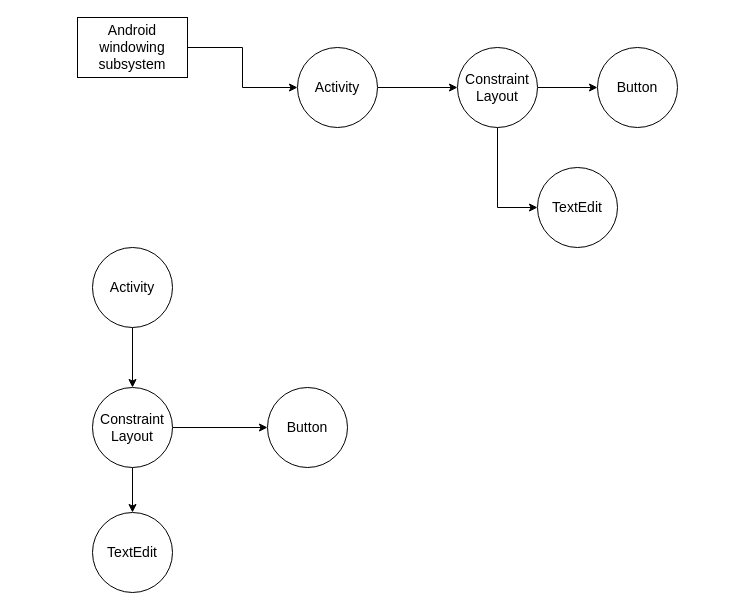
The draw.io diagram page "Page-5" (4 of 5) of diagrams/Aula-02.drawio in isel-leic-pdm/PDM-2122-LI5X, before the edit. Source tidied: cells renumbered, new cells numbered last; positions are measured from the earlier drawing's top-left corner, leaving out a move shared by most shapes. Both pictures are drawn from the tidied source at 100%, with x=0, y=0 at pixel (77, 17).
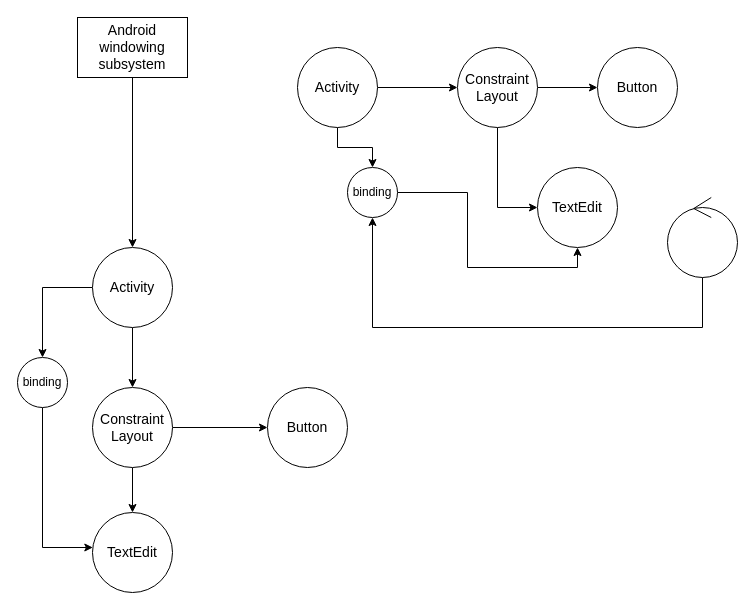
Above is the later version.

The change refers to these unchanged cells:
```xml
<mxCell id="3" value="Activity" style="ellipse;whiteSpace=wrap;html=1;fontSize=14;align=center;verticalAlign=middle;" parent="1" vertex="1">
  <mxGeometry x="220" y="30" width="80" height="80" as="geometry" />
</mxCell>
<mxCell id="4" value="Android windowing subsystem" style="rounded=0;whiteSpace=wrap;html=1;fontSize=14;align=center;verticalAlign=middle;" parent="1" vertex="1">
  <mxGeometry width="110" height="60" as="geometry" />
</mxCell>
<mxCell id="10" value="TextEdit" style="ellipse;whiteSpace=wrap;html=1;fontSize=14;align=center;verticalAlign=middle;" parent="1" vertex="1">
  <mxGeometry x="460" y="150" width="80" height="80" as="geometry" />
</mxCell>
<mxCell id="12" value="Activity" style="ellipse;whiteSpace=wrap;html=1;fontSize=14;align=center;verticalAlign=middle;" parent="1" vertex="1">
  <mxGeometry x="15" y="230" width="80" height="80" as="geometry" />
</mxCell>
<mxCell id="17" value="TextEdit" style="ellipse;whiteSpace=wrap;html=1;fontSize=14;align=center;verticalAlign=middle;" parent="1" vertex="1">
  <mxGeometry x="15" y="495" width="80" height="80" as="geometry" />
</mxCell>
```

What changed in the source:
```diff
@@
+    <mxCell id="18" style="edgeStyle=orthogonalEdgeStyle;rounded=0;jettySize=auto;html=1;" parent="1" edge="1" source="3" target="23">
+      <mxGeometry relative="1" as="geometry" />
+    </mxCell>
@@
-    <mxCell id="5" style="endArrow=classic;html=1;rounded=0;fontSize=14;edgeStyle=orthogonalEdgeStyle;" parent="1" edge="1" source="4" target="3">
+    <mxCell id="5" style="endArrow=classic;html=1;rounded=0;fontSize=14;edgeStyle=orthogonalEdgeStyle;" parent="1" edge="1" source="4" target="12">
       <mxGeometry relative="1" as="geometry" />
     </mxCell>
@@
+    <mxCell id="19" style="edgeStyle=orthogonalEdgeStyle;rounded=0;jettySize=auto;html=1;" parent="1" edge="1" source="12" target="25">
+      <mxGeometry relative="1" as="geometry" />
+    </mxCell>
@@
+    <mxCell id="20" style="edgeStyle=orthogonalEdgeStyle;rounded=0;jettySize=auto;html=1;entryX=0.5;entryY=1;entryDx=0;entryDy=0;" parent="1" edge="1" source="21" target="23">
+      <mxGeometry relative="1" as="geometry">
+        <Array as="points">
+          <mxPoint x="625" y="310" />
+          <mxPoint x="295" y="310" />
+        </Array>
+      </mxGeometry>
+    </mxCell>
+    <mxCell id="21" style="ellipse;shape=umlControl;whiteSpace=wrap;html=1;align=left;verticalAlign=top;" parent="1" vertex="1">
+      <mxGeometry x="590" y="180" width="70" height="80" as="geometry" />
+    </mxCell>
+    <mxCell id="22" style="edgeStyle=orthogonalEdgeStyle;rounded=0;jettySize=auto;html=1;entryX=0.5;entryY=1;entryDx=0;entryDy=0;" parent="1" edge="1" source="23" target="10">
+      <mxGeometry relative="1" as="geometry" />
+    </mxCell>
+    <mxCell id="23" value="binding" style="ellipse;whiteSpace=wrap;html=1;align=center;verticalAlign=middle;" parent="1" vertex="1">
+      <mxGeometry x="270" y="150" width="50" height="50" as="geometry" />
+    </mxCell>
+    <mxCell id="24" style="edgeStyle=orthogonalEdgeStyle;rounded=0;jettySize=auto;html=1;exitX=0.5;exitY=1;exitDx=0;exitDy=0;" parent="1" edge="1" source="25" target="17">
+      <mxGeometry relative="1" as="geometry">
+        <Array as="points">
+          <mxPoint x="-35" y="530" />
+        </Array>
+      </mxGeometry>
+    </mxCell>
+    <mxCell id="25" value="binding" style="ellipse;whiteSpace=wrap;html=1;align=center;verticalAlign=middle;" parent="1" vertex="1">
+      <mxGeometry x="-60" y="340" width="50" height="50" as="geometry" />
+    </mxCell>
```
